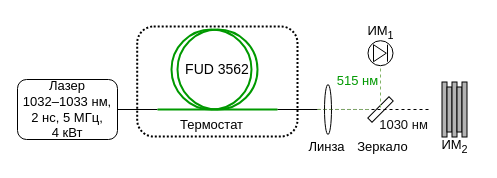
This is Presentation/images/scheme.drawio from 3dsoundfromtagan/Russian-Phd-LaTeX-Dissertation-Template, a draw.io file, before an edit. Source tidied: cells renumbered, new cells numbered last; positions are measured from the earlier drawing's top-left corner, leaving out a move shared by most shapes. Both pictures are drawn from the tidied source at 100%, with x=0, y=0 at pixel (17, 17).
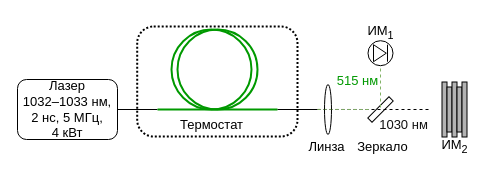
After the change.

Unchanged cells that the change refers to:
```xml
<mxCell id="5" style="group;strokeColor=none;fontSize=18;" parent="1" vertex="1">
  <mxGeometry x="140" y="12" width="120" height="80" as="geometry" />
</mxCell>
```

The edit, as a diff of the source:
```diff
@@
-    <mxCell id="8" value="&lt;font style=&quot;font-size: 14px;&quot;&gt;FUD 3562&lt;/font&gt;" style="ellipse;whiteSpace=wrap;html=1;fillColor=none;strokeColor=#009900;strokeWidth=2;" parent="5" vertex="1">
+    <mxCell id="8" style="ellipse;whiteSpace=wrap;html=1;fillColor=none;strokeColor=#009900;strokeWidth=2;" parent="5" vertex="1">
       <mxGeometry x="20" width="80" height="80" as="geometry" />
     </mxCell>
```
